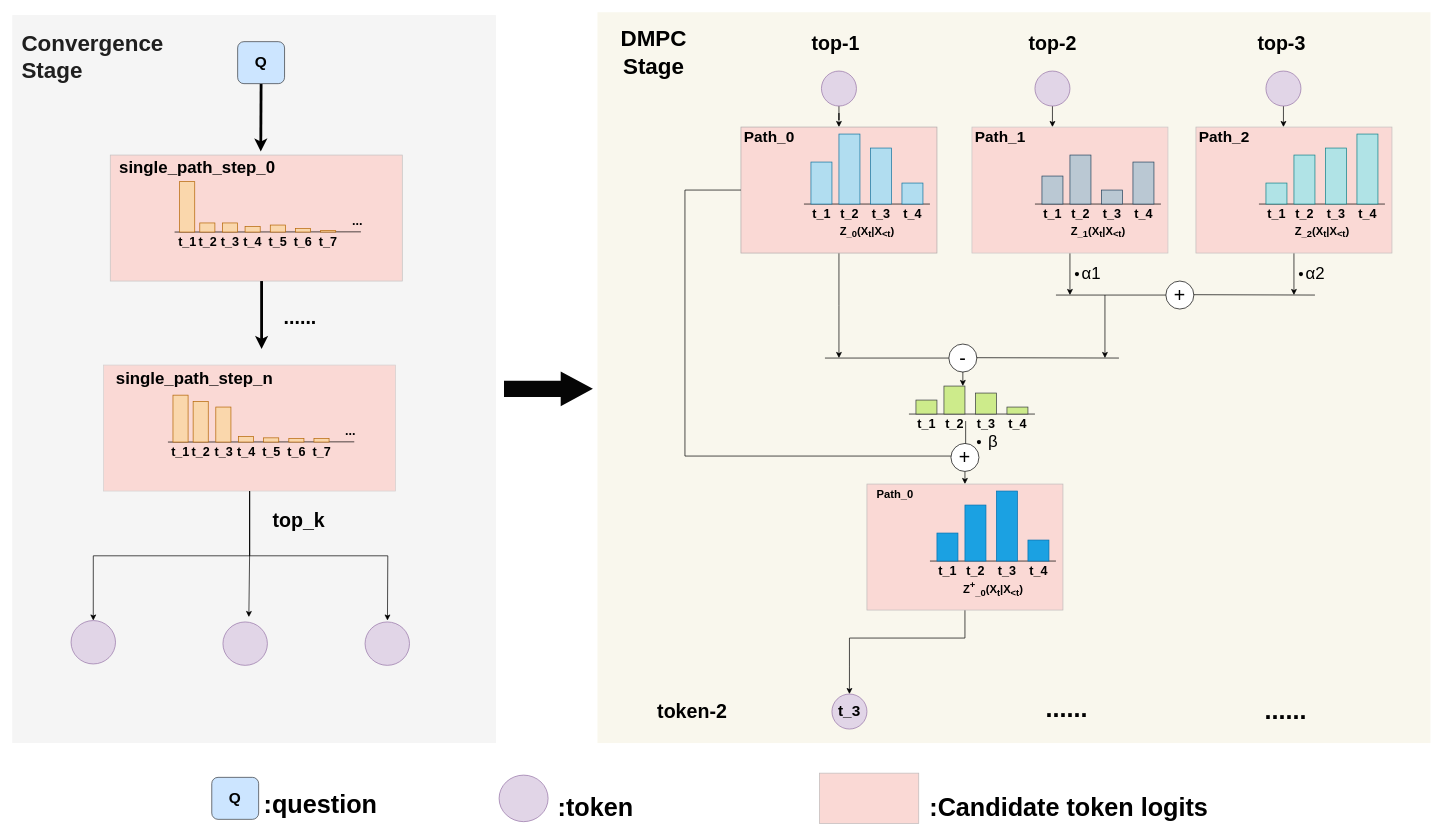
zty-king/zty-king keeps this draw.io diagram as drawio_images/MPCR.drawio. Above is the earlier version. Source tidied: cells renumbered, new cells numbered last; positions are measured from the earlier drawing's top-left corner, leaving out a move shared by most shapes. Both pictures are drawn from the tidied source at 70%, with x=0, y=0 at pixel (12, 12).
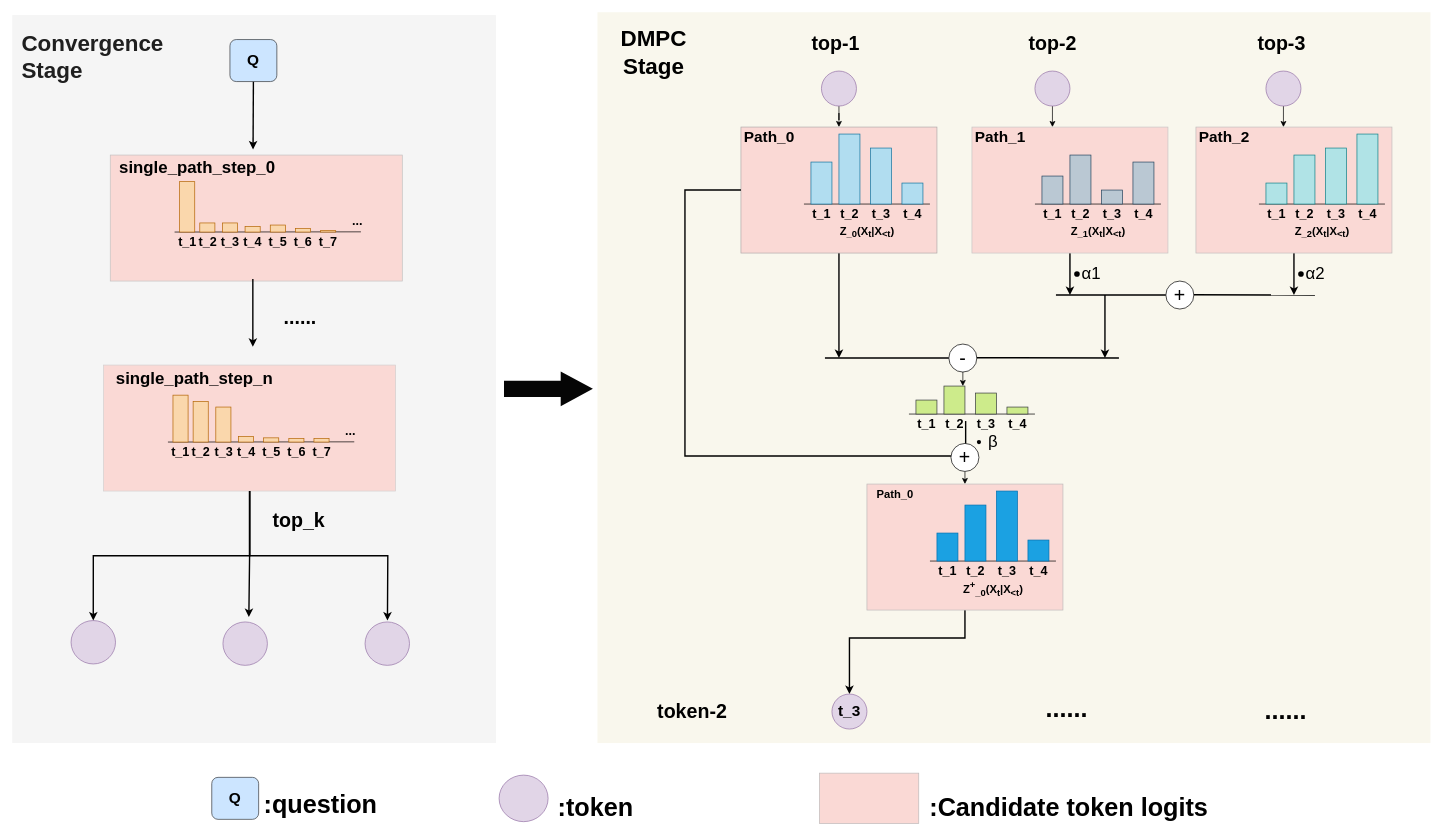
After the change.

The change refers to these unchanged cells:
```xml
<mxCell id="16" style="group;" parent="1" vertex="1">
  <mxGeometry x="1031" y="164" width="290" height="180" as="geometry" />
</mxCell>
<mxCell id="18" style="rounded=0;whiteSpace=wrap;html=1;fillColor=#fad9d5;strokeColor=light-dark(#b1aaaa, #ededed);" parent="16" vertex="1">
  <mxGeometry x="10" width="280" height="180" as="geometry" />
</mxCell>
<mxCell id="31" style="group;" parent="1" vertex="1">
  <mxGeometry x="1361" y="164" width="290" height="180" as="geometry" />
</mxCell>
<mxCell id="33" style="rounded=0;whiteSpace=wrap;html=1;fillColor=#fad9d5;strokeColor=light-dark(#c9c5c5, #ededed);" parent="31" vertex="1">
  <mxGeometry x="10" width="280" height="180" as="geometry" />
</mxCell>
<mxCell id="46" style="group;" parent="1" vertex="1">
  <mxGeometry x="1681" y="164" width="290" height="180" as="geometry" />
</mxCell>
<mxCell id="48" style="rounded=0;whiteSpace=wrap;html=1;fillColor=#fad9d5;strokeColor=light-dark(#c2bdbd, #ededed);" parent="46" vertex="1">
  <mxGeometry x="10" width="280" height="180" as="geometry" />
</mxCell>
<mxCell id="73" value="&lt;font style=&quot;font-size: 28px;&quot;&gt;-&lt;/font&gt;" style="ellipse;whiteSpace=wrap;html=1;" parent="71" vertex="1">
  <mxGeometry x="157" width="40" height="40" as="geometry" />
</mxCell>
<mxCell id="76" style="group;" parent="1" vertex="1">
  <mxGeometry x="1266" y="534" width="195" height="130" as="geometry" />
</mxCell>
<mxCell id="108" style="group;strokeColor=none;" parent="1" vertex="1">
  <mxGeometry x="160" y="204" width="410" height="190" as="geometry" />
</mxCell>
<mxCell id="129" value="&lt;font style=&quot;font-size: 22px;&quot;&gt;&lt;b&gt;t_3&lt;/b&gt;&lt;/font&gt;" style="ellipse;whiteSpace=wrap;html=1;fillColor=#e1d5e7;strokeColor=#9673a6;" parent="1" vertex="1">
  <mxGeometry x="1171" y="974" width="50" height="50" as="geometry" />
</mxCell>
<mxCell id="136" style="rounded=0;whiteSpace=wrap;html=1;fillColor=#fad9d5;strokeColor=light-dark(#d3cfcf, #ededed);" parent="134" vertex="1">
  <mxGeometry x="-20" width="417.2" height="180" as="geometry" />
</mxCell>
<mxCell id="157" style="ellipse;whiteSpace=wrap;html=1;fillColor=#e1d5e7;strokeColor=#9673a6;rounded=0;" parent="1" vertex="1">
  <mxGeometry x="84" y="869" width="63.5" height="62" as="geometry" />
</mxCell>
```

The edit, as a diff of the source:
```diff
@@
-    <mxCell id="4" style="endArrow=classic;html=1;rounded=0;entryX=0.5;entryY=0;entryDx=0;entryDy=0;" parent="1" edge="1" target="129">
+    <mxCell id="4" style="endArrow=classic;html=1;rounded=0;entryX=0.5;entryY=0;entryDx=0;entryDy=0;strokeWidth=2;" parent="1" edge="1" target="129">
       <mxGeometry relative="1" as="geometry">
         <mxPoint x="1361" y="844" as="sourcePoint" />
         <Array as="points">
           <mxPoint x="1361" y="894" />
           <mxPoint x="1196" y="894" />
           <mxPoint x="1196" y="934" />
         </Array>
       </mxGeometry>
     </mxCell>
@@
-    <mxCell id="17" style="edgeStyle=orthogonalEdgeStyle;rounded=0;jettySize=auto;html=1;exitX=0.5;exitY=1;exitDx=0;exitDy=0;" parent="16" edge="1" source="18">
+    <mxCell id="17" style="edgeStyle=orthogonalEdgeStyle;rounded=0;jettySize=auto;html=1;exitX=0.5;exitY=1;exitDx=0;exitDy=0;strokeWidth=2;" parent="16" edge="1" source="18">
       <mxGeometry relative="1" as="geometry">
         <mxPoint x="150" y="330" as="targetPoint" />
       </mxGeometry>
     </mxCell>
@@
-    <mxCell id="32" style="edgeStyle=orthogonalEdgeStyle;rounded=0;jettySize=auto;html=1;exitX=0.5;exitY=1;exitDx=0;exitDy=0;" parent="31" edge="1" source="33">
+    <mxCell id="32" style="edgeStyle=orthogonalEdgeStyle;rounded=0;jettySize=auto;html=1;exitX=0.5;exitY=1;exitDx=0;exitDy=0;strokeWidth=2;" parent="31" edge="1" source="33">
       <mxGeometry relative="1" as="geometry">
         <mxPoint x="150" y="240" as="targetPoint" />
       </mxGeometry>
     </mxCell>
@@
-    <mxCell id="47" style="edgeStyle=orthogonalEdgeStyle;rounded=0;jettySize=auto;html=1;exitX=0.5;exitY=1;exitDx=0;exitDy=0;" parent="46" edge="1" source="48">
+    <mxCell id="47" style="edgeStyle=orthogonalEdgeStyle;rounded=0;jettySize=auto;html=1;exitX=0.5;exitY=1;exitDx=0;exitDy=0;strokeWidth=2;" parent="46" edge="1" source="48">
       <mxGeometry relative="1" as="geometry">
         <mxPoint x="150" y="240" as="targetPoint" />
       </mxGeometry>
     </mxCell>
@@
-    <mxCell id="61" style="group;" parent="1" vertex="1">
+    <mxCell id="61" style="group;strokeWidth=2;" parent="1" vertex="1">
       <mxGeometry x="1511" y="354" width="55" height="40" as="geometry" />
     </mxCell>
-    <mxCell id="62" style="shape=waypoint;sketch=0;fillStyle=solid;size=6;fillColor=none;perimeter=centerPerimeter;" parent="61" vertex="1">
+    <mxCell id="62" style="shape=waypoint;sketch=0;fillStyle=solid;size=6;fillColor=none;perimeter=centerPerimeter;strokeWidth=2;" parent="61" vertex="1">
       <mxGeometry y="10" width="20" height="20" as="geometry" />
     </mxCell>
-    <mxCell id="63" value="&lt;span style=&quot;font-size: 24px;&quot;&gt;α1&lt;/span&gt;" style="text;html=1;align=center;verticalAlign=middle;strokeColor=none;fillColor=none;" parent="61" vertex="1">
+    <mxCell id="63" value="&lt;span style=&quot;font-size: 24px;&quot;&gt;α1&lt;/span&gt;" style="text;html=1;align=center;verticalAlign=middle;strokeColor=none;fillColor=none;strokeWidth=2;" parent="61" vertex="1">
       <mxGeometry x="5" width="50" height="40" as="geometry" />
     </mxCell>
-    <mxCell id="64" style="group;" parent="1" vertex="1">
+    <mxCell id="64" style="group;strokeWidth=2;" parent="1" vertex="1">
       <mxGeometry x="1831" y="354" width="55" height="40" as="geometry" />
     </mxCell>
-    <mxCell id="65" style="shape=waypoint;sketch=0;fillStyle=solid;size=6;fillColor=none;perimeter=centerPerimeter;" parent="64" vertex="1">
+    <mxCell id="65" style="shape=waypoint;sketch=0;fillStyle=solid;size=6;fillColor=none;perimeter=centerPerimeter;strokeWidth=2;" parent="64" vertex="1">
       <mxGeometry y="10" width="20" height="20" as="geometry" />
     </mxCell>
-    <mxCell id="66" value="&lt;span style=&quot;font-size: 24px;&quot;&gt;α2&lt;/span&gt;" style="text;html=1;align=center;verticalAlign=middle;strokeColor=none;fillColor=none;" parent="64" vertex="1">
+    <mxCell id="66" value="&lt;span style=&quot;font-size: 24px;&quot;&gt;α2&lt;/span&gt;" style="text;html=1;align=center;verticalAlign=middle;strokeColor=none;fillColor=none;strokeWidth=2;" parent="64" vertex="1">
       <mxGeometry x="5" width="50" height="40" as="geometry" />
     </mxCell>
-    <mxCell id="67" style="group;" parent="1" vertex="1">
+    <mxCell id="67" style="group;strokeWidth=2;" parent="1" vertex="1">
       <mxGeometry x="1491" y="384" width="370" height="40" as="geometry" />
     </mxCell>
-    <mxCell id="68" style="endArrow=none;html=1;rounded=0;" parent="67" edge="1" target="69">
+    <mxCell id="68" style="endArrow=none;html=1;rounded=0;strokeWidth=2;" parent="67" edge="1" target="69">
       <mxGeometry relative="1" as="geometry">
         <mxPoint y="20" as="sourcePoint" />
       </mxGeometry>
     </mxCell>
-    <mxCell id="69" value="&lt;font style=&quot;font-size: 28px;&quot;&gt;+&lt;/font&gt;" style="ellipse;whiteSpace=wrap;html=1;" parent="67" vertex="1">
+    <mxCell id="69" value="&lt;font style=&quot;font-size: 28px;&quot;&gt;+&lt;/font&gt;" style="ellipse;whiteSpace=wrap;html=1;strokeWidth=1;" parent="67" vertex="1">
       <mxGeometry x="157" width="40" height="40" as="geometry" />
     </mxCell>
-    <mxCell id="70" style="endArrow=none;html=1;rounded=0;" parent="67" edge="1">
+    <mxCell id="70" style="endArrow=none;html=1;rounded=0;strokeWidth=2;" parent="67" edge="1">
       <mxGeometry relative="1" as="geometry">
         <mxPoint x="197" y="19.5" as="sourcePoint" />
         <mxPoint x="370" y="20" as="targetPoint" />
       </mxGeometry>
     </mxCell>
-    <mxCell id="71" style="group;" parent="1" vertex="1">
+    <mxCell id="71" style="group;strokeWidth=1;" parent="1" vertex="1">
       <mxGeometry x="1181" y="474" width="370" height="40" as="geometry" />
     </mxCell>
-    <mxCell id="72" style="endArrow=none;html=1;rounded=0;" parent="71" edge="1" target="73">
+    <mxCell id="72" style="endArrow=none;html=1;rounded=0;strokeWidth=2;" parent="71" edge="1" target="73">
       <mxGeometry relative="1" as="geometry">
         <mxPoint x="-20" y="20" as="sourcePoint" />
       </mxGeometry>
     </mxCell>
@@
-    <mxCell id="74" style="endArrow=none;html=1;rounded=0;" parent="71" edge="1">
+    <mxCell id="74" style="endArrow=none;html=1;rounded=0;strokeWidth=2;" parent="71" edge="1">
       <mxGeometry relative="1" as="geometry">
         <mxPoint x="197" y="19.5" as="sourcePoint" />
         <mxPoint x="400" y="20" as="targetPoint" />
       </mxGeometry>
     </mxCell>
-    <mxCell id="75" style="endArrow=classic;html=1;rounded=0;" parent="1" edge="1">
+    <mxCell id="75" style="endArrow=classic;html=1;rounded=0;strokeWidth=2;" parent="1" edge="1">
       <mxGeometry relative="1" as="geometry">
         <mxPoint x="1561" y="404" as="sourcePoint" />
         <mxPoint x="1561" y="494" as="targetPoint" />
       </mxGeometry>
     </mxCell>
@@
-    <mxCell id="91" style="endArrow=none;html=1;rounded=0;entryX=0.9;entryY=0.6;entryDx=0;entryDy=0;entryPerimeter=0;" parent="76" edge="1">
+    <mxCell id="91" style="endArrow=none;html=1;rounded=0;entryX=0.9;entryY=0.6;entryDx=0;entryDy=0;entryPerimeter=0;strokeWidth=2;" parent="76" edge="1">
       <mxGeometry relative="1" as="geometry">
         <mxPoint x="96" y="82" as="sourcePoint" />
         <mxPoint x="96" y="50" as="targetPoint" />
       </mxGeometry>
     </mxCell>
@@
-    <mxCell id="107" style="endArrow=none;html=1;rounded=0;entryX=0;entryY=0.5;entryDx=0;entryDy=0;" parent="1" edge="1" target="18">
+    <mxCell id="107" style="endArrow=none;html=1;rounded=0;entryX=0;entryY=0.5;entryDx=0;entryDy=0;strokeWidth=2;" parent="1" edge="1" target="18">
       <mxGeometry relative="1" as="geometry">
         <mxPoint x="1341" y="634" as="sourcePoint" />
         <Array as="points">
           <mxPoint x="961" y="634" />
           <mxPoint x="961" y="254" />
         </Array>
       </mxGeometry>
     </mxCell>
@@
-    <mxCell id="109" style="edgeStyle=orthogonalEdgeStyle;rounded=0;jettySize=auto;html=1;exitX=0.5;exitY=1;exitDx=0;exitDy=0;strokeWidth=4;" parent="108" edge="1" source="131">
+    <mxCell id="109" style="edgeStyle=orthogonalEdgeStyle;rounded=0;jettySize=auto;html=1;exitX=0.5;exitY=1;exitDx=0;exitDy=0;strokeWidth=2;" parent="108" edge="1" source="131">
       <mxGeometry relative="1" as="geometry">
-        <mxPoint x="195" y="-5" as="targetPoint" />
+        <mxPoint x="184" y="-8" as="targetPoint" />
       </mxGeometry>
     </mxCell>
@@
     <mxCell id="131" value="&lt;font style=&quot;font-size: 22px;&quot;&gt;&lt;b&gt;Q&lt;/b&gt;&lt;/font&gt;" style="rounded=1;whiteSpace=wrap;html=1;fillColor=#cce5ff;strokeColor=#36393d;" parent="1" vertex="1">
-      <mxGeometry x="322" y="42" width="67" height="60" as="geometry" />
+      <mxGeometry x="311" y="39" width="67" height="60" as="geometry" />
     </mxCell>
@@
-    <mxCell id="156" style="edgeStyle=orthogonalEdgeStyle;rounded=0;orthogonalLoop=1;jettySize=auto;html=1;exitX=0.5;exitY=1;exitDx=0;exitDy=0;strokeWidth=4;" parent="1" edge="1">
+    <mxCell id="156" style="edgeStyle=orthogonalEdgeStyle;rounded=0;orthogonalLoop=1;jettySize=auto;html=1;exitX=0.5;exitY=1;exitDx=0;exitDy=0;strokeWidth=2;" parent="1" edge="1">
       <mxGeometry relative="1" as="geometry">
-        <mxPoint x="356.2" y="384" as="sourcePoint" />
-        <mxPoint x="356.2" y="481" as="targetPoint" />
+        <mxPoint x="343.7" y="381" as="sourcePoint" />
+        <mxPoint x="343.7" y="478" as="targetPoint" />
       </mxGeometry>
     </mxCell>
@@
-    <mxCell id="158" style="edgeStyle=orthogonalEdgeStyle;rounded=0;jettySize=auto;html=1;" parent="1" edge="1" source="136" target="157">
+    <mxCell id="158" style="edgeStyle=orthogonalEdgeStyle;rounded=0;jettySize=auto;html=1;strokeWidth=2;" parent="1" edge="1" source="136" target="157">
       <mxGeometry relative="1" as="geometry" />
     </mxCell>
-    <mxCell id="159" style="edgeStyle=orthogonalEdgeStyle;rounded=0;jettySize=auto;html=1;" parent="1" edge="1" source="136">
+    <mxCell id="159" style="edgeStyle=orthogonalEdgeStyle;rounded=0;jettySize=auto;html=1;strokeWidth=2;" parent="1" edge="1" source="136">
       <mxGeometry relative="1" as="geometry">
         <mxPoint x="338" y="864" as="targetPoint" />
       </mxGeometry>
     </mxCell>
@@
-    <mxCell id="162" style="edgeStyle=orthogonalEdgeStyle;rounded=0;jettySize=auto;html=1;" parent="1" edge="1" source="136">
+    <mxCell id="162" style="edgeStyle=orthogonalEdgeStyle;rounded=0;jettySize=auto;html=1;strokeWidth=2;" parent="1" edge="1" source="136">
       <mxGeometry relative="1" as="geometry">
         <mxPoint x="536" y="869" as="targetPoint" />
       </mxGeometry>
     </mxCell>
```
